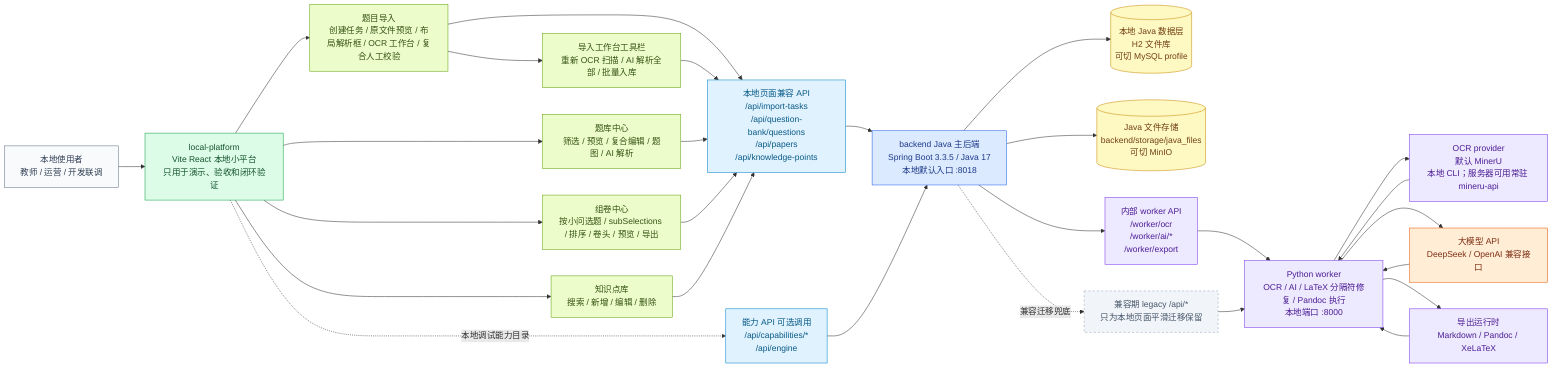
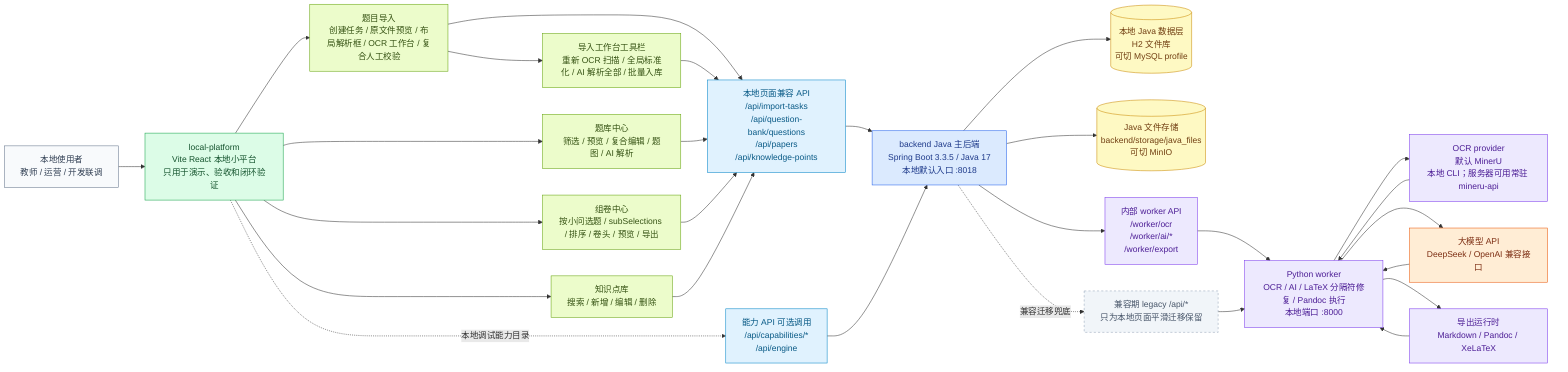
- %% Version: 2026-07-09 / product v14
+ %% Version: 2026-07-10 / product v16
%% Status: current-support
%% Scope: local-platform as demo shell, not platform production boundary.
flowchart LR
  User["本地使用者<br/>教师 / 运营 / 开发联调"]:::actor
  LocalPlatform["local-platform<br/>Vite React 本地小平台<br/>只用于演示、验收和闭环验证"]:::local

  ImportPage["题目导入<br/>创建任务 / 原文件预览 / 布局解析框 / OCR 工作台 / 复合人工校验"]:::page
-   WorkbenchToolbar["导入工作台工具栏<br/>重新 OCR 扫描 / AI 解析全部 / 批量入库"]:::page
+   WorkbenchToolbar["导入工作台工具栏<br/>重新 OCR 扫描 / 全局标准化 / AI 解析全部 / 批量入库"]:::page
  BankPage["题库中心<br/>筛选 / 预览 / 复合编辑 / 题图 / AI 解析"]:::page
  PaperPage["组卷中心<br/>按小问选题 / subSelections / 排序 / 卷头 / 预览 / 导出"]:::page
  KnowledgePage["知识点库<br/>搜索 / 新增 / 编辑 / 删除"]:::page

  JavaBackend["backend Java 主后端<br/>Spring Boot 3.3.5 / Java 17<br/>本地默认入口 :8018"]:::java
  CompatibilityApi["本地页面兼容 API<br/>/api/import-tasks<br/>/api/question-bank/questions<br/>/api/papers<br/>/api/knowledge-points"]:::api
  CapabilityApi["能力 API 可选调用<br/>/api/capabilities/*<br/>/api/engine"]:::api

  JavaDb[("本地 Java 数据层<br/>H2 文件库<br/>可切 MySQL profile")]:::store
  JavaFiles[("Java 文件存储<br/>backend/storage/java_files<br/>可切 MinIO")]:::store
  PythonWorker["Python worker<br/>OCR / AI / LaTeX 分隔符修复 / Pandoc 执行<br/>本地端口 :8000"]:::worker
  WorkerApi["内部 worker API<br/>/worker/ocr<br/>/worker/ai/*<br/>/worker/export"]:::worker
  LegacyApi["兼容期 legacy /api/*<br/>只为本地页面平滑迁移保留"]:::legacy

  OcrProvider["OCR provider<br/>默认 MinerU<br/>本地 CLI；服务器可用常驻 mineru-api"]:::worker
  Llm["大模型 API<br/>DeepSeek / OpenAI 兼容接口"]:::external
  ExportRuntime["导出运行时<br/>Markdown / Pandoc / XeLaTeX"]:::worker

  User --> LocalPlatform
  LocalPlatform --> ImportPage
  ImportPage --> WorkbenchToolbar
  LocalPlatform --> BankPage
  LocalPlatform --> PaperPage
  LocalPlatform --> KnowledgePage

  ImportPage --> CompatibilityApi
  WorkbenchToolbar --> CompatibilityApi
  BankPage --> CompatibilityApi
  PaperPage --> CompatibilityApi
  KnowledgePage --> CompatibilityApi
  LocalPlatform -. 本地调试能力目录 .-> CapabilityApi

  CompatibilityApi --> JavaBackend
  CapabilityApi --> JavaBackend
  JavaBackend --> JavaDb
  JavaBackend --> JavaFiles
  JavaBackend --> WorkerApi
  JavaBackend -. 兼容迁移兜底 .-> LegacyApi
  WorkerApi --> PythonWorker
  LegacyApi --> PythonWorker

  PythonWorker --> OcrProvider
  PythonWorker --> Llm
  PythonWorker --> ExportRuntime
  OcrProvider --> PythonWorker
  Llm --> PythonWorker
  ExportRuntime --> PythonWorker

  classDef actor fill:#f8fafc,stroke:#64748b,color:#334155,stroke-width:1px;
  classDef local fill:#dcfce7,stroke:#16a34a,color:#14532d,stroke-width:1px;
  classDef page fill:#ecfccb,stroke:#65a30d,color:#365314,stroke-width:1px;
  classDef java fill:#dbeafe,stroke:#2563eb,color:#1e3a8a,stroke-width:1px;
  classDef api fill:#e0f2fe,stroke:#0284c7,color:#075985,stroke-width:1px;
  classDef worker fill:#ede9fe,stroke:#7c3aed,color:#4c1d95,stroke-width:1px;
  classDef legacy fill:#f1f5f9,stroke:#94a3b8,color:#475569,stroke-width:1px,stroke-dasharray: 4 4;
  classDef store fill:#fef9c3,stroke:#ca8a04,color:#713f12,stroke-width:1px;
  classDef external fill:#ffedd5,stroke:#ea580c,color:#7c2d12,stroke-width:1px;
